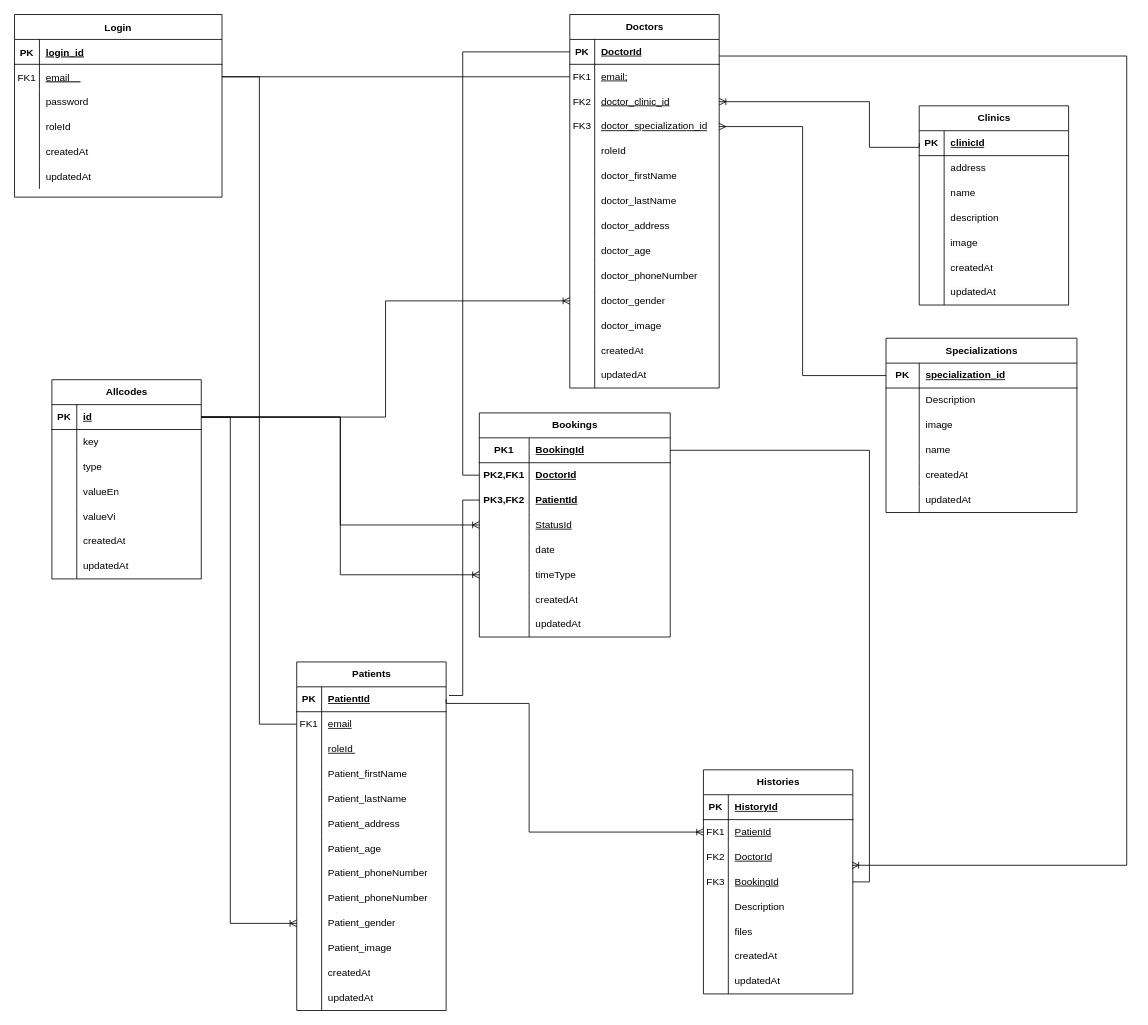
Before: Qlypk.drawio in Kkrommm24/Project_SQLSERVER, a draw.io diagram. Source tidied: cells renumbered, new cells numbered last; positions are measured from the earlier drawing's top-left corner, leaving out a move shared by most shapes. Both pictures are drawn from the tidied source at 83%, with x=0, y=0 at pixel (14, 14).
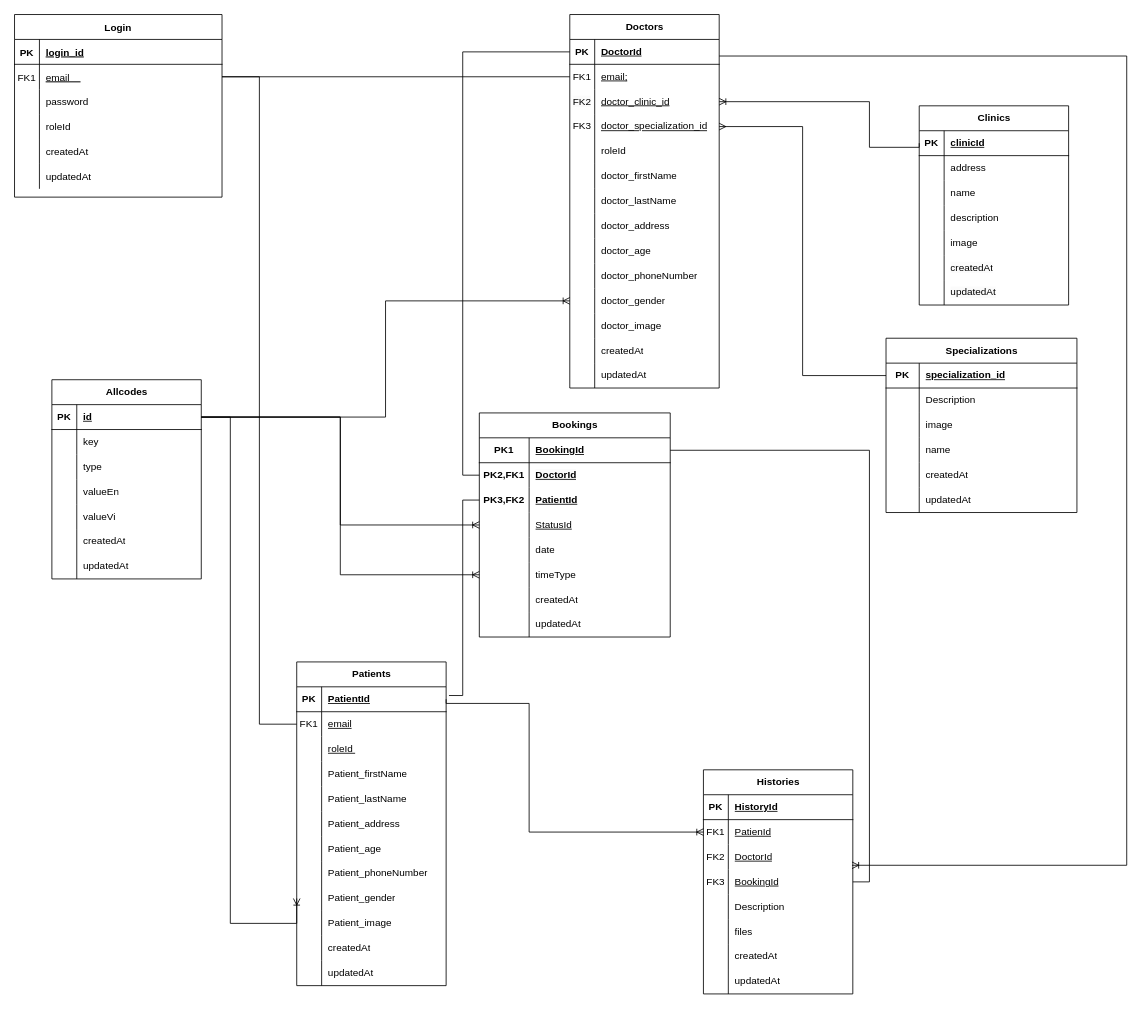
After the change.

Change to the diagram source:
```diff
@@
     <mxCell id="130" value="Patients" style="shape=table;startSize=30;childLayout=tableLayout;rowLines=0;fontStyle=1;align=center;html=1;" parent="1" vertex="1">
-      <mxGeometry x="340" y="780" width="180" height="420" as="geometry" />
+      <mxGeometry x="340" y="780" width="180" height="390" as="geometry" />
     </mxCell>
@@
-    <mxCell id="155" style="shape=tableRow;horizontal=0;startSize=0;swimlaneHead=0;swimlaneBody=0;fillColor=none;top=0;left=0;right=0;bottom=0;" parent="130" vertex="1">
-      <mxGeometry y="270" width="180" height="30" as="geometry" />
-    </mxCell>
-    <mxCell id="156" style="shape=partialRectangle;fillColor=none;top=0;left=0;bottom=0;right=0;overflow=hidden;whiteSpace=wrap;html=1;" parent="155" vertex="1">
-      <mxGeometry width="30" height="30" as="geometry" />
-    </mxCell>
-    <mxCell id="157" value="Patient_phoneNumber" style="shape=partialRectangle;fillColor=none;top=0;left=0;bottom=0;right=0;align=left;spacingLeft=6;overflow=hidden;whiteSpace=wrap;html=1;" parent="155" vertex="1">
-      <mxGeometry x="30" width="150" height="30" as="geometry" />
-    </mxCell>
     <mxCell id="158" style="shape=tableRow;horizontal=0;startSize=0;swimlaneHead=0;swimlaneBody=0;fillColor=none;points=[[0,0.5],[1,0.5]];portConstraint=eastwest;top=0;left=0;right=0;bottom=0;" parent="130" vertex="1">
-      <mxGeometry y="300" width="180" height="30" as="geometry" />
+      <mxGeometry y="270" width="180" height="30" as="geometry" />
     </mxCell>
@@
     <mxCell id="161" style="shape=tableRow;horizontal=0;startSize=0;swimlaneHead=0;swimlaneBody=0;fillColor=none;top=0;left=0;right=0;bottom=0;" parent="130" vertex="1">
-      <mxGeometry y="330" width="180" height="30" as="geometry" />
+      <mxGeometry y="300" width="180" height="30" as="geometry" />
     </mxCell>
@@
     <mxCell id="164" style="shape=tableRow;horizontal=0;startSize=0;swimlaneHead=0;swimlaneBody=0;fillColor=none;top=0;left=0;right=0;bottom=0;" parent="130" vertex="1">
-      <mxGeometry y="360" width="180" height="30" as="geometry" />
+      <mxGeometry y="330" width="180" height="30" as="geometry" />
     </mxCell>
@@
     <mxCell id="167" style="shape=tableRow;horizontal=0;startSize=0;swimlaneHead=0;swimlaneBody=0;fillColor=none;top=0;left=0;right=0;bottom=0;" parent="130" vertex="1">
-      <mxGeometry y="390" width="180" height="30" as="geometry" />
+      <mxGeometry y="360" width="180" height="30" as="geometry" />
     </mxCell>
```
